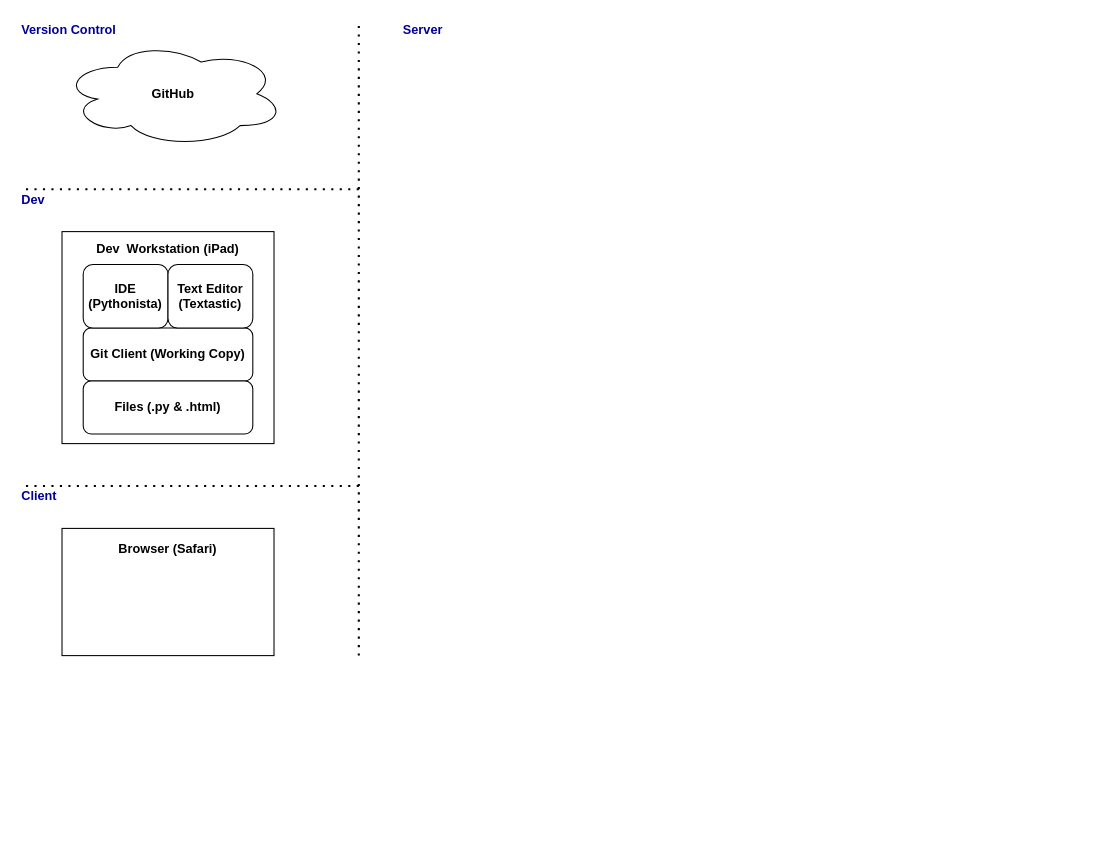
tsnellgrove/draw.io keeps this draw.io diagram as Web Flow.drawio. Above is the earlier version. Source tidied: cells renumbered, new cells numbered last; positions are measured from the earlier drawing's top-left corner, leaving out a move shared by most shapes. Both pictures are drawn from the tidied source at 106%, with x=0, y=0 at pixel (19, 19).
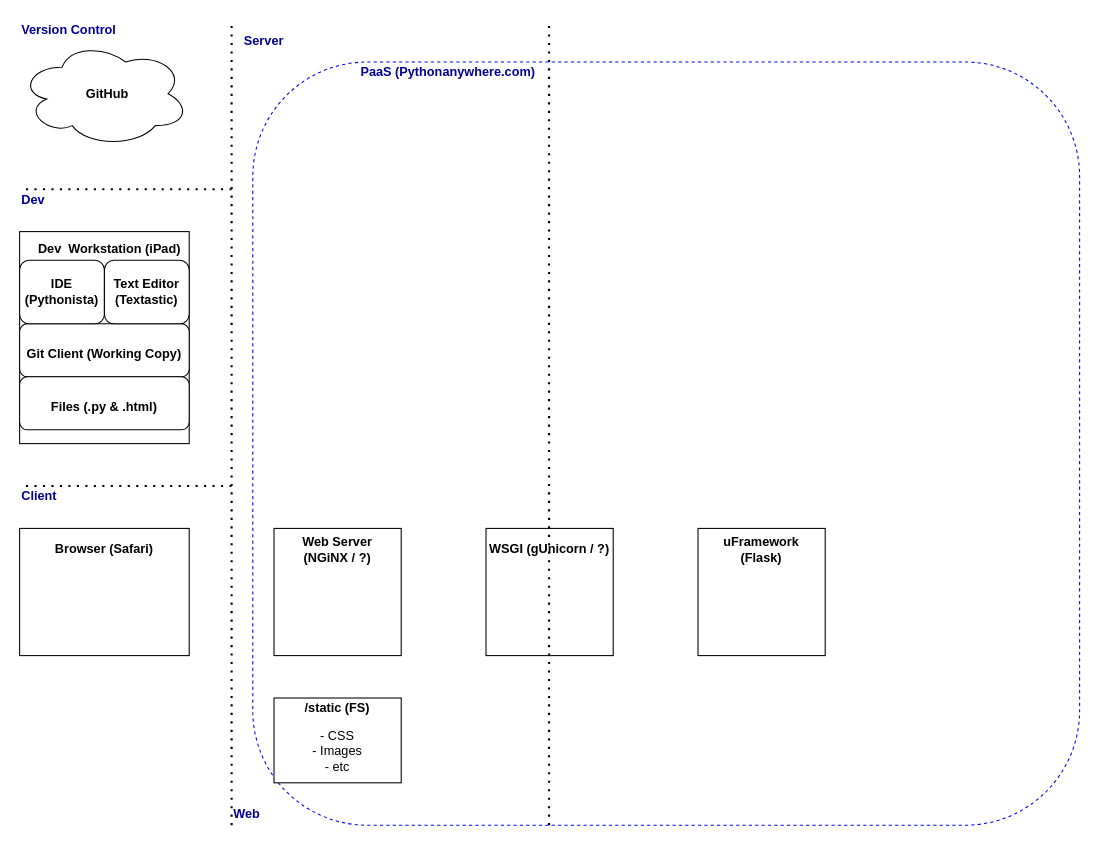
The same diagram, later.

Change to the diagram source:
```diff
@@
+    <mxCell id="23" style="rounded=1;whiteSpace=wrap;html=1;fillColor=none;dashed=1;strokeColor=#0000FF;" parent="1" vertex="1">
+      <mxGeometry x="220" y="40" width="780" height="720" as="geometry" />
+    </mxCell>
     <mxCell id="2" style="endArrow=none;dashed=1;html=1;dashPattern=1 3;strokeWidth=2;" parent="1" edge="1">
       <mxGeometry relative="1" as="geometry">
-        <mxPoint x="320" y="600" as="sourcePoint" />
-        <mxPoint x="320" as="targetPoint" />
+        <mxPoint x="200" y="760" as="sourcePoint" />
+        <mxPoint x="200" as="targetPoint" />
       </mxGeometry>
     </mxCell>
     <mxCell id="3" style="rounded=0;whiteSpace=wrap;html=1;" parent="1" vertex="1">
-      <mxGeometry x="40" y="200" width="200" height="200" as="geometry" />
+      <mxGeometry y="200" width="160" height="200" as="geometry" />
     </mxCell>
     <mxCell id="4" style="rounded=0;whiteSpace=wrap;html=1;" parent="1" vertex="1">
-      <mxGeometry x="40" y="480" width="200" height="120" as="geometry" />
+      <mxGeometry y="480" width="160" height="120" as="geometry" />
     </mxCell>
     <mxCell id="5" style="rounded=1;whiteSpace=wrap;html=1;" parent="1" vertex="1">
-      <mxGeometry x="60" y="291" width="160" height="50" as="geometry" />
+      <mxGeometry y="287" width="160" height="50" as="geometry" />
     </mxCell>
     <mxCell id="6" style="rounded=1;whiteSpace=wrap;html=1;" parent="1" vertex="1">
-      <mxGeometry x="60" y="231" width="80" height="60" as="geometry" />
+      <mxGeometry y="227" width="80" height="60" as="geometry" />
     </mxCell>
     <mxCell id="7" style="rounded=1;whiteSpace=wrap;html=1;" parent="1" vertex="1">
-      <mxGeometry x="140" y="231" width="80" height="60" as="geometry" />
+      <mxGeometry x="80" y="227" width="80" height="60" as="geometry" />
     </mxCell>
     <mxCell id="8" value="Browser (Safari)" style="text;html=1;strokeColor=none;fillColor=none;align=center;verticalAlign=middle;whiteSpace=wrap;rounded=0;fontStyle=1;" parent="1" vertex="1">
-      <mxGeometry x="40" y="490" width="200" height="20" as="geometry" />
+      <mxGeometry y="490" width="160" height="20" as="geometry" />
     </mxCell>
     <mxCell id="9" value="Dev &amp;nbsp;Workstation (iPad)" style="text;html=1;strokeColor=none;fillColor=none;align=center;verticalAlign=middle;whiteSpace=wrap;rounded=0;fontStyle=1;" parent="1" vertex="1">
-      <mxGeometry x="40" y="207" width="200" height="20" as="geometry" />
+      <mxGeometry x="10" y="207" width="150" height="20" as="geometry" />
     </mxCell>
     <mxCell id="10" value="Git Client (Working Copy)" style="text;html=1;strokeColor=none;fillColor=none;align=center;verticalAlign=middle;whiteSpace=wrap;rounded=0;fontStyle=1;" parent="1" vertex="1">
-      <mxGeometry x="40" y="306" width="200" height="20" as="geometry" />
+      <mxGeometry y="306" width="160" height="20" as="geometry" />
     </mxCell>
     <mxCell id="11" value="IDE&lt;br&gt;(Pythonista)" style="text;html=1;strokeColor=none;fillColor=none;align=center;verticalAlign=middle;whiteSpace=wrap;rounded=0;fontStyle=1;" parent="1" vertex="1">
-      <mxGeometry x="60" y="251" width="80" height="20" as="geometry" />
+      <mxGeometry y="247" width="80" height="20" as="geometry" />
     </mxCell>
     <mxCell id="12" value="Text Editor&lt;br&gt;(Textastic)" style="text;html=1;strokeColor=none;fillColor=none;align=center;verticalAlign=middle;whiteSpace=wrap;rounded=0;fontStyle=1;" parent="1" vertex="1">
-      <mxGeometry x="140" y="251" width="80" height="20" as="geometry" />
+      <mxGeometry x="80" y="247" width="80" height="20" as="geometry" />
     </mxCell>
     <mxCell id="13" style="rounded=1;whiteSpace=wrap;html=1;" parent="1" vertex="1">
-      <mxGeometry x="60" y="341" width="160" height="50" as="geometry" />
+      <mxGeometry y="337" width="160" height="50" as="geometry" />
     </mxCell>
     <mxCell id="14" value="Files (.py &amp;amp; .html)" style="text;html=1;strokeColor=none;fillColor=none;align=center;verticalAlign=middle;whiteSpace=wrap;rounded=0;fontStyle=1;" parent="1" vertex="1">
-      <mxGeometry x="40" y="356" width="200" height="20" as="geometry" />
+      <mxGeometry y="356" width="160" height="20" as="geometry" />
     </mxCell>
     <mxCell id="15" style="ellipse;shape=cloud;whiteSpace=wrap;html=1;" parent="1" vertex="1">
-      <mxGeometry x="40" y="20" width="210" height="100" as="geometry" />
+      <mxGeometry y="20" width="160" height="100" as="geometry" />
     </mxCell>
     <mxCell id="16" value="GitHub" style="text;html=1;strokeColor=none;fillColor=none;align=center;verticalAlign=middle;whiteSpace=wrap;rounded=0;fontStyle=1;" parent="1" vertex="1">
-      <mxGeometry x="45" y="60" width="200" height="20" as="geometry" />
+      <mxGeometry x="6" y="60" width="154" height="20" as="geometry" />
     </mxCell>
     <mxCell id="17" style="endArrow=none;dashed=1;html=1;dashPattern=1 3;strokeWidth=2;" parent="1" edge="1">
       <mxGeometry relative="1" as="geometry">
-        <mxPoint x="320" y="160" as="sourcePoint" />
+        <mxPoint x="200" y="160" as="sourcePoint" />
         <mxPoint y="160" as="targetPoint" />
       </mxGeometry>
     </mxCell>
     <mxCell id="18" style="endArrow=none;dashed=1;html=1;dashPattern=1 3;strokeWidth=2;" parent="1" edge="1">
       <mxGeometry relative="1" as="geometry">
-        <mxPoint x="320" y="440" as="sourcePoint" />
+        <mxPoint x="200" y="440" as="sourcePoint" />
         <mxPoint y="440" as="targetPoint" />
       </mxGeometry>
     </mxCell>
@@
-    <mxCell id="22" value="Server" style="text;html=1;strokeColor=none;fillColor=none;align=left;verticalAlign=middle;whiteSpace=wrap;rounded=0;fontStyle=1;fontColor=#000099;" parent="1" vertex="1">
-      <mxGeometry x="360" width="120" height="20" as="geometry" />
+    <mxCell id="22" value="PaaS (Pythonanywhere.com)" style="text;html=1;strokeColor=none;fillColor=none;align=left;verticalAlign=middle;whiteSpace=wrap;rounded=0;fontStyle=1;fontColor=#000099;" parent="1" vertex="1">
+      <mxGeometry x="320" y="40" width="190" height="20" as="geometry" />
     </mxCell>
+    <mxCell id="24" value="Server" style="text;html=1;strokeColor=none;fillColor=none;align=left;verticalAlign=middle;whiteSpace=wrap;rounded=0;fontStyle=1;fontColor=#000099;" parent="1" vertex="1">
+      <mxGeometry x="210" y="10" width="120" height="20" as="geometry" />
+    </mxCell>
+    <mxCell id="25" style="rounded=0;whiteSpace=wrap;html=1;" parent="1" vertex="1">
+      <mxGeometry x="240" y="640" width="120" height="80" as="geometry" />
+    </mxCell>
+    <mxCell id="26" value="/static (FS)" style="text;html=1;strokeColor=none;fillColor=none;align=center;verticalAlign=middle;whiteSpace=wrap;rounded=0;fontStyle=1;" parent="1" vertex="1">
+      <mxGeometry x="240" y="640" width="120" height="20" as="geometry" />
+    </mxCell>
+    <mxCell id="27" value="&lt;span style=&quot;font-weight: normal&quot;&gt;- CSS&lt;br&gt;- Images&lt;br&gt;- etc&lt;/span&gt;" style="text;html=1;strokeColor=none;fillColor=none;align=center;verticalAlign=middle;whiteSpace=wrap;rounded=0;fontStyle=1;" parent="1" vertex="1">
+      <mxGeometry x="240" y="660" width="120" height="60" as="geometry" />
+    </mxCell>
+    <mxCell id="28" style="rounded=0;whiteSpace=wrap;html=1;" parent="1" vertex="1">
+      <mxGeometry x="240" y="480" width="120" height="120" as="geometry" />
+    </mxCell>
+    <mxCell id="29" value="Web Server&lt;br&gt;(NGiNX / ?)" style="text;html=1;strokeColor=none;fillColor=none;align=center;verticalAlign=middle;whiteSpace=wrap;rounded=0;fontStyle=1;" parent="1" vertex="1">
+      <mxGeometry x="240" y="490" width="120" height="20" as="geometry" />
+    </mxCell>
+    <mxCell id="30" style="rounded=0;whiteSpace=wrap;html=1;" parent="1" vertex="1">
+      <mxGeometry x="440" y="480" width="120" height="120" as="geometry" />
+    </mxCell>
+    <mxCell id="31" value="WSGI (gUnicorn / ?)" style="text;html=1;strokeColor=none;fillColor=none;align=center;verticalAlign=middle;whiteSpace=wrap;rounded=0;fontStyle=1;" parent="1" vertex="1">
+      <mxGeometry x="440" y="490" width="120" height="20" as="geometry" />
+    </mxCell>
+    <mxCell id="32" style="rounded=0;whiteSpace=wrap;html=1;" parent="1" vertex="1">
+      <mxGeometry x="640" y="480" width="120" height="120" as="geometry" />
+    </mxCell>
+    <mxCell id="33" value="uFramework&lt;br&gt;(Flask)" style="text;html=1;strokeColor=none;fillColor=none;align=center;verticalAlign=middle;whiteSpace=wrap;rounded=0;fontStyle=1;" parent="1" vertex="1">
+      <mxGeometry x="640" y="490" width="120" height="20" as="geometry" />
+    </mxCell>
+    <mxCell id="34" style="endArrow=none;dashed=1;html=1;dashPattern=1 3;strokeWidth=2;" parent="1" edge="1">
+      <mxGeometry relative="1" as="geometry">
+        <mxPoint x="499.5" y="760" as="sourcePoint" />
+        <mxPoint x="499.5" as="targetPoint" />
+      </mxGeometry>
+    </mxCell>
+    <mxCell id="35" value="Web" style="text;html=1;strokeColor=none;fillColor=none;align=left;verticalAlign=middle;whiteSpace=wrap;rounded=0;fontStyle=1;fontColor=#000099;" parent="1" vertex="1">
+      <mxGeometry x="200" y="740" width="120" height="20" as="geometry" />
+    </mxCell>
```
